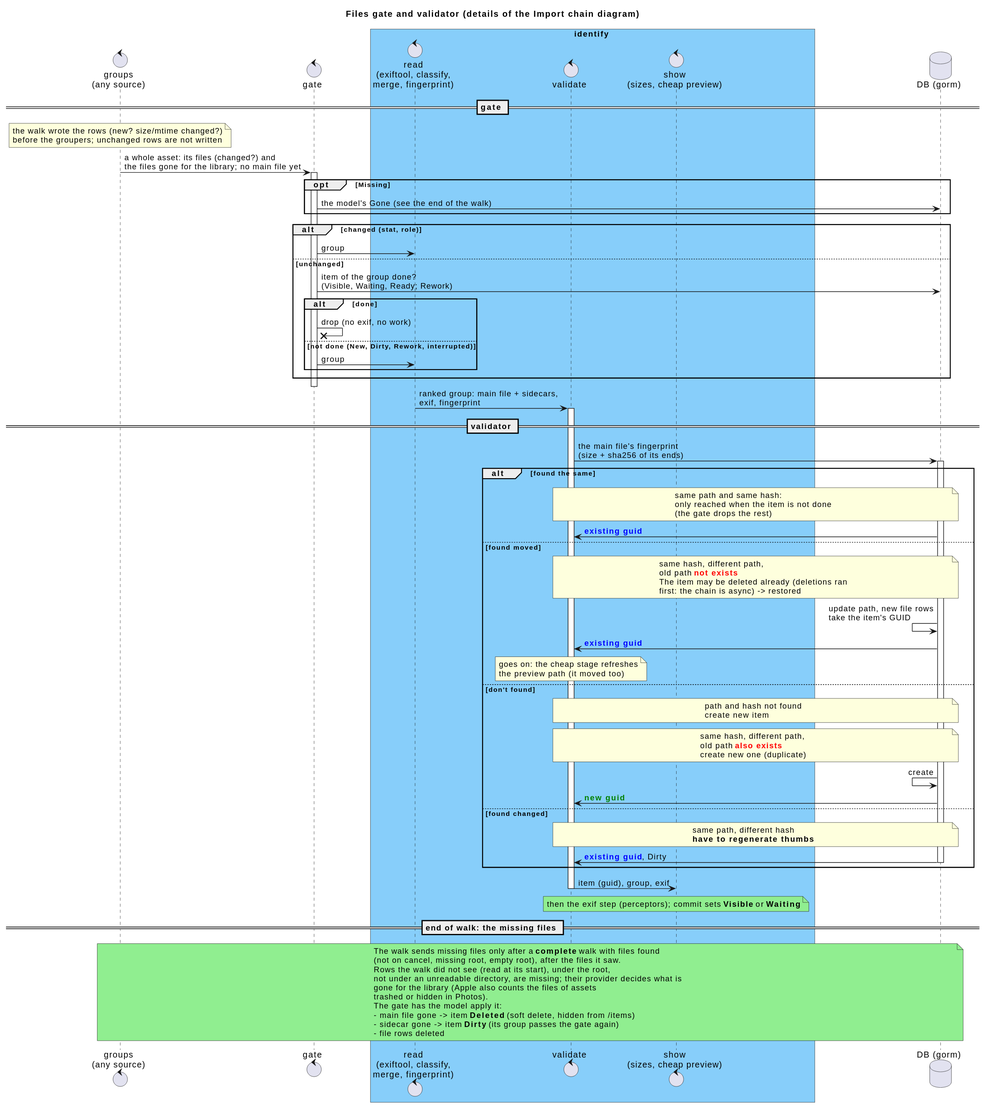
This is _sb/diagrams/Walker and validating.svg from eggs-gd/Perceptrail, a PlantUML export, as it was before one commit.
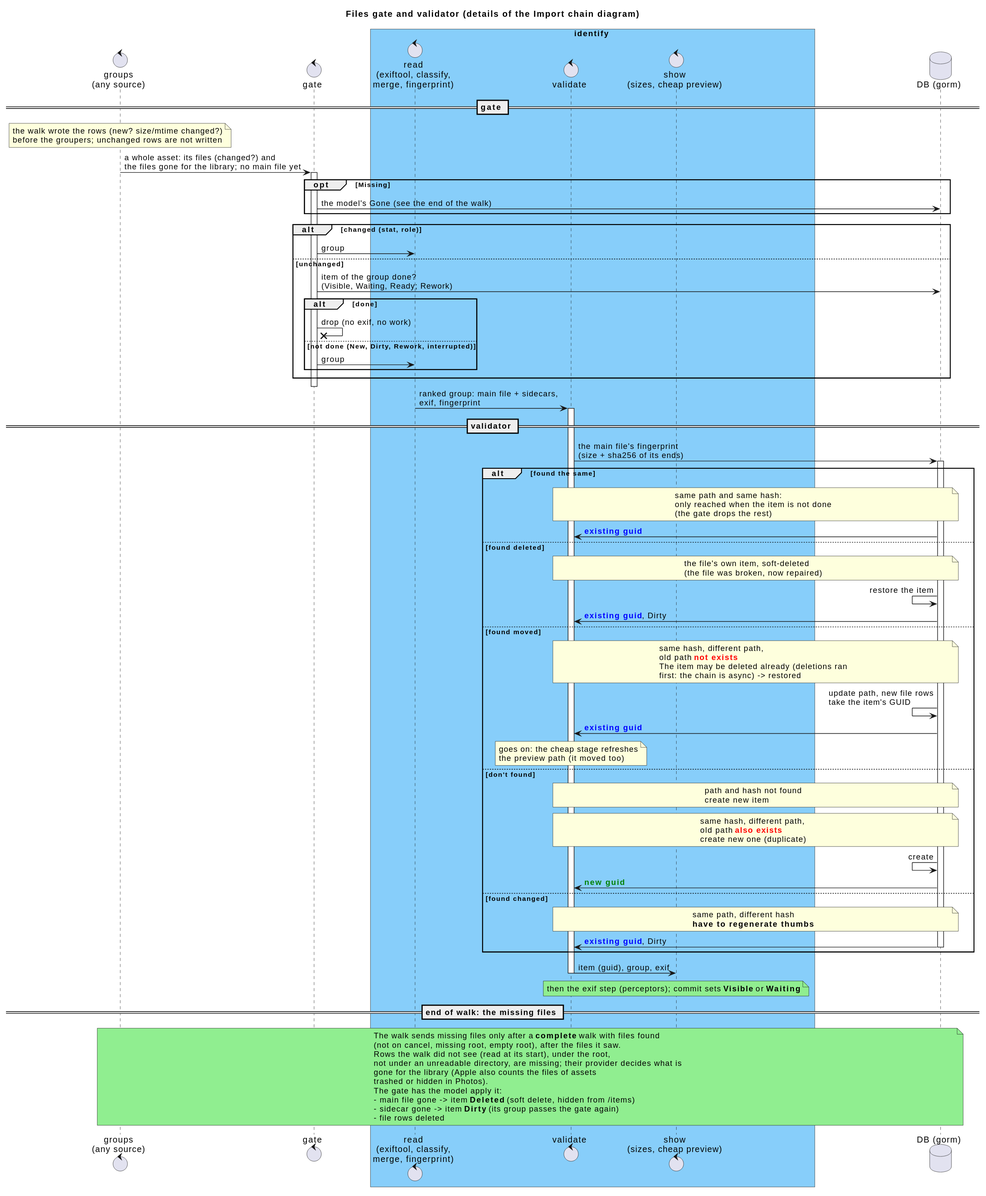
The same file after the commit.

Commit message:
A photo broken, then repaired, comes back as its own item (review: Codex on #7) (#65)

Diff of the diagram source:
```diff
@@ -47,6 +47,14 @@
     (the gate drops the rest)
     end note
     DB -> Validator: <font color=blue><b>existing guid
+
+else found deleted
+    note over Validator, DB
+    the file's own item, soft-deleted
+    (the file was broken, now repaired)
+    end note
+    DB <- DB: restore the item
+    DB -> Validator: <font color=blue><b>existing guid</b></font>, Dirty
 
 else found moved
     note over Validator, DB
```
